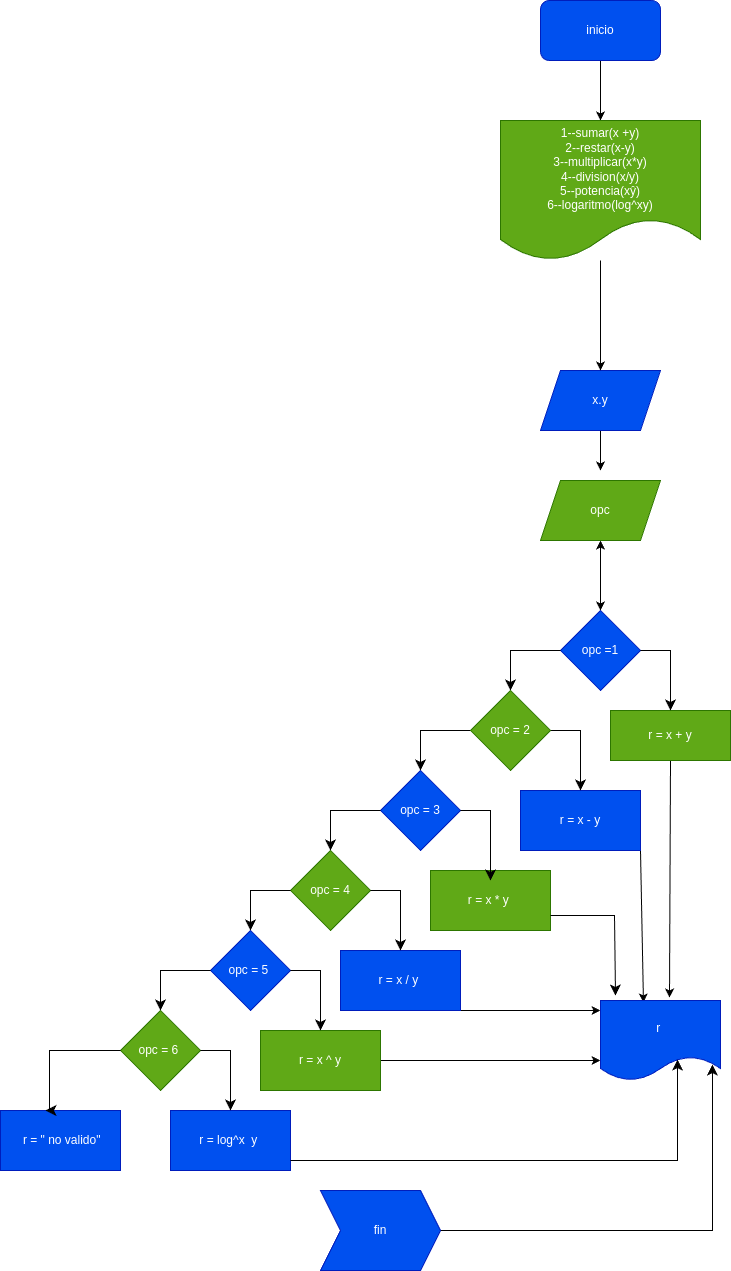
The draw.io diagram diagrama.png in loxi25/minicalculadora, before a commit. Source tidied: cells renumbered, new cells last; positions are measured from the earlier drawing's top-left corner, leaving out a move shared by most shapes. Source of this version:
```xml
<mxGraphModel>
  <root>
    <mxCell id="0" />
    <mxCell id="1" parent="0" />
    <mxCell id="2" style="edgeStyle=none;html=1;" parent="1" edge="1" source="3" target="40">
      <mxGeometry relative="1" as="geometry" />
    </mxCell>
    <mxCell id="3" value="inicio" style="rounded=1;whiteSpace=wrap;html=1;fillColor=#0050ef;fontColor=#ffffff;strokeColor=#001DBC;" parent="1" vertex="1">
      <mxGeometry x="540" width="120" height="60" as="geometry" />
    </mxCell>
    <mxCell id="4" style="edgeStyle=none;html=1;" parent="1" edge="1" source="5">
      <mxGeometry relative="1" as="geometry">
        <mxPoint x="600" y="470" as="targetPoint" />
      </mxGeometry>
    </mxCell>
    <mxCell id="5" value="x.y" style="shape=parallelogram;perimeter=parallelogramPerimeter;whiteSpace=wrap;html=1;fixedSize=1;fillColor=#0050ef;fontColor=#ffffff;strokeColor=#001DBC;" parent="1" vertex="1">
      <mxGeometry x="540" y="370" width="120" height="60" as="geometry" />
    </mxCell>
    <mxCell id="6" value="opc =1" style="rhombus;whiteSpace=wrap;html=1;fillColor=#0050ef;fontColor=#ffffff;strokeColor=#001DBC;" parent="1" vertex="1">
      <mxGeometry x="560" y="610" width="80" height="80" as="geometry" />
    </mxCell>
    <mxCell id="7" style="edgeStyle=segmentEdgeStyle;endArrow=classic;html=1;curved=0;rounded=0;endSize=8;startSize=8;sourcePerimeterSpacing=0;targetPerimeterSpacing=0;exitX=0;exitY=0.5;exitDx=0;exitDy=0;entryX=0.5;entryY=0;entryDx=0;entryDy=0;" parent="1" edge="1" source="6" target="23">
      <mxGeometry relative="1" as="geometry">
        <Array as="points">
          <mxPoint x="510" y="650" />
        </Array>
      </mxGeometry>
    </mxCell>
    <mxCell id="8" value="opc = 3" style="rhombus;whiteSpace=wrap;html=1;fillColor=#0050ef;fontColor=#ffffff;strokeColor=#001DBC;" parent="1" vertex="1">
      <mxGeometry x="380" y="770" width="80" height="80" as="geometry" />
    </mxCell>
    <mxCell id="9" value="opc = 4" style="rhombus;whiteSpace=wrap;html=1;fillColor=#60a917;fontColor=#ffffff;strokeColor=#2D7600;" parent="1" vertex="1">
      <mxGeometry x="290" y="850" width="80" height="80" as="geometry" />
    </mxCell>
    <mxCell id="10" style="edgeStyle=segmentEdgeStyle;endArrow=classic;html=1;curved=0;rounded=0;endSize=8;startSize=8;sourcePerimeterSpacing=0;targetPerimeterSpacing=0;exitX=0;exitY=0.5;exitDx=0;exitDy=0;entryX=0.5;entryY=0;entryDx=0;entryDy=0;" parent="1" edge="1" source="8" target="9">
      <mxGeometry relative="1" as="geometry">
        <Array as="points">
          <mxPoint x="330" y="810" />
        </Array>
      </mxGeometry>
    </mxCell>
    <mxCell id="11" style="edgeStyle=segmentEdgeStyle;endArrow=classic;html=1;curved=0;rounded=0;endSize=8;startSize=8;sourcePerimeterSpacing=0;targetPerimeterSpacing=0;entryX=0.5;entryY=0;entryDx=0;entryDy=0;exitX=0;exitY=0.5;exitDx=0;exitDy=0;" parent="1" edge="1" source="23" target="8">
      <mxGeometry relative="1" as="geometry">
        <Array as="points">
          <mxPoint x="420" y="730" />
        </Array>
      </mxGeometry>
    </mxCell>
    <mxCell id="12" value="opc = 5&amp;nbsp;" style="rhombus;whiteSpace=wrap;html=1;fillColor=#0050ef;fontColor=#ffffff;strokeColor=#001DBC;" parent="1" vertex="1">
      <mxGeometry x="210" y="930" width="80" height="80" as="geometry" />
    </mxCell>
    <mxCell id="13" value="opc = 6&amp;nbsp;" style="rhombus;whiteSpace=wrap;html=1;fillColor=#60a917;fontColor=#ffffff;strokeColor=#2D7600;" parent="1" vertex="1">
      <mxGeometry x="120" y="1010" width="80" height="80" as="geometry" />
    </mxCell>
    <mxCell id="14" style="edgeStyle=segmentEdgeStyle;endArrow=classic;html=1;curved=0;rounded=0;endSize=8;startSize=8;sourcePerimeterSpacing=0;targetPerimeterSpacing=0;exitX=0;exitY=0.5;exitDx=0;exitDy=0;entryX=0.5;entryY=0;entryDx=0;entryDy=0;" parent="1" edge="1" source="12" target="13">
      <mxGeometry relative="1" as="geometry">
        <Array as="points">
          <mxPoint x="160" y="970" />
        </Array>
      </mxGeometry>
    </mxCell>
    <mxCell id="15" style="edgeStyle=segmentEdgeStyle;endArrow=classic;html=1;curved=0;rounded=0;endSize=8;startSize=8;sourcePerimeterSpacing=0;targetPerimeterSpacing=0;entryX=0.5;entryY=0;entryDx=0;entryDy=0;exitX=0;exitY=0.5;exitDx=0;exitDy=0;" parent="1" edge="1" source="9" target="12">
      <mxGeometry relative="1" as="geometry">
        <Array as="points">
          <mxPoint x="250" y="890" />
        </Array>
      </mxGeometry>
    </mxCell>
    <mxCell id="16" style="edgeStyle=none;html=1;exitX=0.5;exitY=1;exitDx=0;exitDy=0;entryX=0.575;entryY=-0.037;entryDx=0;entryDy=0;entryPerimeter=0;" parent="1" edge="1" source="17" target="34">
      <mxGeometry relative="1" as="geometry" />
    </mxCell>
    <mxCell id="17" value="r = x + y" style="whiteSpace=wrap;html=1;fillColor=#60a917;fontColor=#ffffff;strokeColor=#2D7600;" parent="1" vertex="1">
      <mxGeometry x="610" y="710" width="120" height="50" as="geometry" />
    </mxCell>
    <mxCell id="18" style="edgeStyle=segmentEdgeStyle;endArrow=classic;html=1;curved=0;rounded=0;endSize=8;startSize=8;sourcePerimeterSpacing=0;targetPerimeterSpacing=0;" parent="1" edge="1" source="6" target="17">
      <mxGeometry relative="1" as="geometry">
        <Array as="points">
          <mxPoint x="670" y="650" />
        </Array>
      </mxGeometry>
    </mxCell>
    <mxCell id="19" style="edgeStyle=none;html=1;exitX=1;exitY=1;exitDx=0;exitDy=0;entryX=0.358;entryY=0.025;entryDx=0;entryDy=0;entryPerimeter=0;" parent="1" edge="1" source="20" target="34">
      <mxGeometry relative="1" as="geometry" />
    </mxCell>
    <mxCell id="20" value="r = x - y" style="whiteSpace=wrap;html=1;fillColor=#0050ef;fontColor=#ffffff;strokeColor=#001DBC;" parent="1" vertex="1">
      <mxGeometry x="520" y="790" width="120" height="60" as="geometry" />
    </mxCell>
    <mxCell id="21" style="edgeStyle=segmentEdgeStyle;endArrow=classic;html=1;curved=0;rounded=0;endSize=8;startSize=8;targetPerimeterSpacing=0;startArrow=none;entryX=0.5;entryY=0;entryDx=0;entryDy=0;" parent="1" edge="1" source="23" target="20">
      <mxGeometry relative="1" as="geometry">
        <Array as="points">
          <mxPoint x="580" y="730" />
        </Array>
      </mxGeometry>
    </mxCell>
    <mxCell id="22" style="edgeStyle=segmentEdgeStyle;endArrow=none;html=1;curved=0;rounded=0;endSize=8;startSize=8;sourcePerimeterSpacing=0;" parent="1" edge="1" target="23">
      <mxGeometry relative="1" as="geometry">
        <mxPoint x="500" y="740" as="sourcePoint" />
      </mxGeometry>
    </mxCell>
    <mxCell id="23" value="opc = 2" style="rhombus;whiteSpace=wrap;html=1;fillColor=#60a917;fontColor=#ffffff;strokeColor=#2D7600;" parent="1" vertex="1">
      <mxGeometry x="470" y="690" width="80" height="80" as="geometry" />
    </mxCell>
    <mxCell id="24" value="r = x * y&amp;nbsp;" style="whiteSpace=wrap;html=1;fillColor=#60a917;fontColor=#ffffff;strokeColor=#2D7600;" parent="1" vertex="1">
      <mxGeometry x="430" y="870" width="120" height="60" as="geometry" />
    </mxCell>
    <mxCell id="25" style="edgeStyle=none;html=1;exitX=1;exitY=1;exitDx=0;exitDy=0;entryX=0;entryY=0.125;entryDx=0;entryDy=0;entryPerimeter=0;" parent="1" edge="1" source="26" target="34">
      <mxGeometry relative="1" as="geometry" />
    </mxCell>
    <mxCell id="26" value="r = x / y&amp;nbsp;" style="whiteSpace=wrap;html=1;fillColor=#0050ef;fontColor=#ffffff;strokeColor=#001DBC;" parent="1" vertex="1">
      <mxGeometry x="340" y="950" width="120" height="60" as="geometry" />
    </mxCell>
    <mxCell id="27" style="edgeStyle=segmentEdgeStyle;endArrow=classic;html=1;curved=0;rounded=0;endSize=8;startSize=8;targetPerimeterSpacing=0;startArrow=none;entryX=0.5;entryY=0;entryDx=0;entryDy=0;" parent="1" edge="1" target="26">
      <mxGeometry relative="1" as="geometry">
        <mxPoint x="370" y="890" as="sourcePoint" />
        <Array as="points">
          <mxPoint x="400" y="890" />
        </Array>
      </mxGeometry>
    </mxCell>
    <mxCell id="28" style="edgeStyle=segmentEdgeStyle;endArrow=classic;html=1;curved=0;rounded=0;endSize=8;startSize=8;sourcePerimeterSpacing=0;targetPerimeterSpacing=0;entryX=0.5;entryY=0.167;entryDx=0;entryDy=0;entryPerimeter=0;exitX=1;exitY=0.5;exitDx=0;exitDy=0;" parent="1" edge="1" source="8" target="24">
      <mxGeometry relative="1" as="geometry">
        <Array as="points">
          <mxPoint x="490" y="810" />
        </Array>
      </mxGeometry>
    </mxCell>
    <mxCell id="29" style="edgeStyle=none;html=1;exitX=1;exitY=0.5;exitDx=0;exitDy=0;entryX=0;entryY=0.75;entryDx=0;entryDy=0;" parent="1" edge="1" source="30" target="34">
      <mxGeometry relative="1" as="geometry" />
    </mxCell>
    <mxCell id="30" value="r = x ^ y" style="whiteSpace=wrap;html=1;fillColor=#60a917;fontColor=#ffffff;strokeColor=#2D7600;" parent="1" vertex="1">
      <mxGeometry x="260" y="1030" width="120" height="60" as="geometry" />
    </mxCell>
    <mxCell id="31" value="r = log^x&amp;nbsp; y&amp;nbsp;" style="whiteSpace=wrap;html=1;fillColor=#0050ef;fontColor=#ffffff;strokeColor=#001DBC;" parent="1" vertex="1">
      <mxGeometry x="170" y="1110" width="120" height="60" as="geometry" />
    </mxCell>
    <mxCell id="32" style="edgeStyle=segmentEdgeStyle;endArrow=classic;html=1;curved=0;rounded=0;endSize=8;startSize=8;targetPerimeterSpacing=0;startArrow=none;entryX=0.5;entryY=0;entryDx=0;entryDy=0;" parent="1" edge="1" target="31">
      <mxGeometry relative="1" as="geometry">
        <mxPoint x="200" y="1050" as="sourcePoint" />
        <Array as="points">
          <mxPoint x="230" y="1050" />
        </Array>
      </mxGeometry>
    </mxCell>
    <mxCell id="33" style="edgeStyle=segmentEdgeStyle;endArrow=classic;html=1;curved=0;rounded=0;endSize=8;startSize=8;sourcePerimeterSpacing=0;targetPerimeterSpacing=0;exitX=1;exitY=0.5;exitDx=0;exitDy=0;entryX=0.5;entryY=0;entryDx=0;entryDy=0;" parent="1" edge="1" source="12" target="30">
      <mxGeometry relative="1" as="geometry">
        <Array as="points">
          <mxPoint x="320" y="970" />
        </Array>
      </mxGeometry>
    </mxCell>
    <mxCell id="34" value="r&amp;nbsp;" style="shape=document;whiteSpace=wrap;html=1;boundedLbl=1;fillColor=#0050ef;fontColor=#ffffff;strokeColor=#001DBC;" parent="1" vertex="1">
      <mxGeometry x="600" y="1000" width="120" height="80" as="geometry" />
    </mxCell>
    <mxCell id="35" style="edgeStyle=segmentEdgeStyle;endArrow=classic;html=1;curved=0;rounded=0;endSize=8;startSize=8;sourcePerimeterSpacing=0;targetPerimeterSpacing=0;entryX=0.642;entryY=0.738;entryDx=0;entryDy=0;entryPerimeter=0;" parent="1" edge="1" source="31" target="34">
      <mxGeometry relative="1" as="geometry">
        <Array as="points">
          <mxPoint x="677" y="1160" />
        </Array>
      </mxGeometry>
    </mxCell>
    <mxCell id="36" style="edgeStyle=segmentEdgeStyle;endArrow=classic;html=1;curved=0;rounded=0;endSize=8;startSize=8;sourcePerimeterSpacing=0;targetPerimeterSpacing=0;exitX=1;exitY=0.75;exitDx=0;exitDy=0;entryX=0.125;entryY=-0.062;entryDx=0;entryDy=0;entryPerimeter=0;" parent="1" edge="1" source="24" target="34">
      <mxGeometry relative="1" as="geometry">
        <Array as="points">
          <mxPoint x="614" y="915" />
        </Array>
      </mxGeometry>
    </mxCell>
    <mxCell id="37" style="edgeStyle=segmentEdgeStyle;endArrow=classic;html=1;curved=0;rounded=0;endSize=8;startSize=8;sourcePerimeterSpacing=0;targetPerimeterSpacing=0;exitX=1;exitY=0.5;exitDx=0;exitDy=0;entryX=0.933;entryY=0.8;entryDx=0;entryDy=0;entryPerimeter=0;" parent="1" edge="1" source="38" target="34">
      <mxGeometry relative="1" as="geometry">
        <Array as="points">
          <mxPoint x="712" y="1230" />
        </Array>
      </mxGeometry>
    </mxCell>
    <mxCell id="38" value="fin" style="shape=step;perimeter=stepPerimeter;whiteSpace=wrap;html=1;fixedSize=1;fillColor=#0050ef;fontColor=#ffffff;strokeColor=#001DBC;" parent="1" vertex="1">
      <mxGeometry x="320" y="1190" width="120" height="80" as="geometry" />
    </mxCell>
    <mxCell id="39" style="edgeStyle=none;html=1;" parent="1" edge="1" source="40" target="5">
      <mxGeometry relative="1" as="geometry" />
    </mxCell>
    <mxCell id="40" value="1--sumar(x +y)&lt;br&gt;2--restar(x-y)&lt;br&gt;3--multiplicar(x*y)&lt;br&gt;4--division(x/y)&lt;br&gt;5--potencia(xŷ)&lt;br&gt;6--logaritmo(log^xy)" style="shape=document;whiteSpace=wrap;html=1;boundedLbl=1;fillColor=#60a917;fontColor=#ffffff;strokeColor=#2D7600;" parent="1" vertex="1">
      <mxGeometry x="500" y="120" width="200" height="140" as="geometry" />
    </mxCell>
    <mxCell id="41" style="edgeStyle=none;html=1;exitX=0.5;exitY=1;exitDx=0;exitDy=0;" parent="1" edge="1">
      <mxGeometry relative="1" as="geometry">
        <mxPoint x="600" y="550" as="sourcePoint" />
        <mxPoint x="600" y="540" as="targetPoint" />
      </mxGeometry>
    </mxCell>
    <mxCell id="42" style="edgeStyle=none;html=1;" parent="1" edge="1" target="6">
      <mxGeometry relative="1" as="geometry">
        <mxPoint x="600" y="550" as="sourcePoint" />
      </mxGeometry>
    </mxCell>
    <mxCell id="43" value="opc" style="shape=parallelogram;perimeter=parallelogramPerimeter;whiteSpace=wrap;html=1;fixedSize=1;fillColor=#60a917;fontColor=#ffffff;strokeColor=#2D7600;" parent="1" vertex="1">
      <mxGeometry x="540" y="480" width="120" height="60" as="geometry" />
    </mxCell>
    <mxCell id="44" value="&amp;nbsp;r = &quot; no valido&quot;" style="whiteSpace=wrap;html=1;fillColor=#0050ef;fontColor=#ffffff;strokeColor=#001DBC;" parent="1" vertex="1">
      <mxGeometry y="1110" width="120" height="60" as="geometry" />
    </mxCell>
    <mxCell id="45" style="edgeStyle=segmentEdgeStyle;endArrow=classic;html=1;curved=0;rounded=0;endSize=8;startSize=8;sourcePerimeterSpacing=0;targetPerimeterSpacing=0;entryX=0.375;entryY=0;entryDx=0;entryDy=0;entryPerimeter=0;exitX=0;exitY=0.5;exitDx=0;exitDy=0;" parent="1" edge="1" source="13" target="44">
      <mxGeometry relative="1" as="geometry">
        <Array as="points">
          <mxPoint x="49" y="1050" />
          <mxPoint x="49" y="1110" />
        </Array>
      </mxGeometry>
    </mxCell>
  </root>
</mxGraphModel>
```
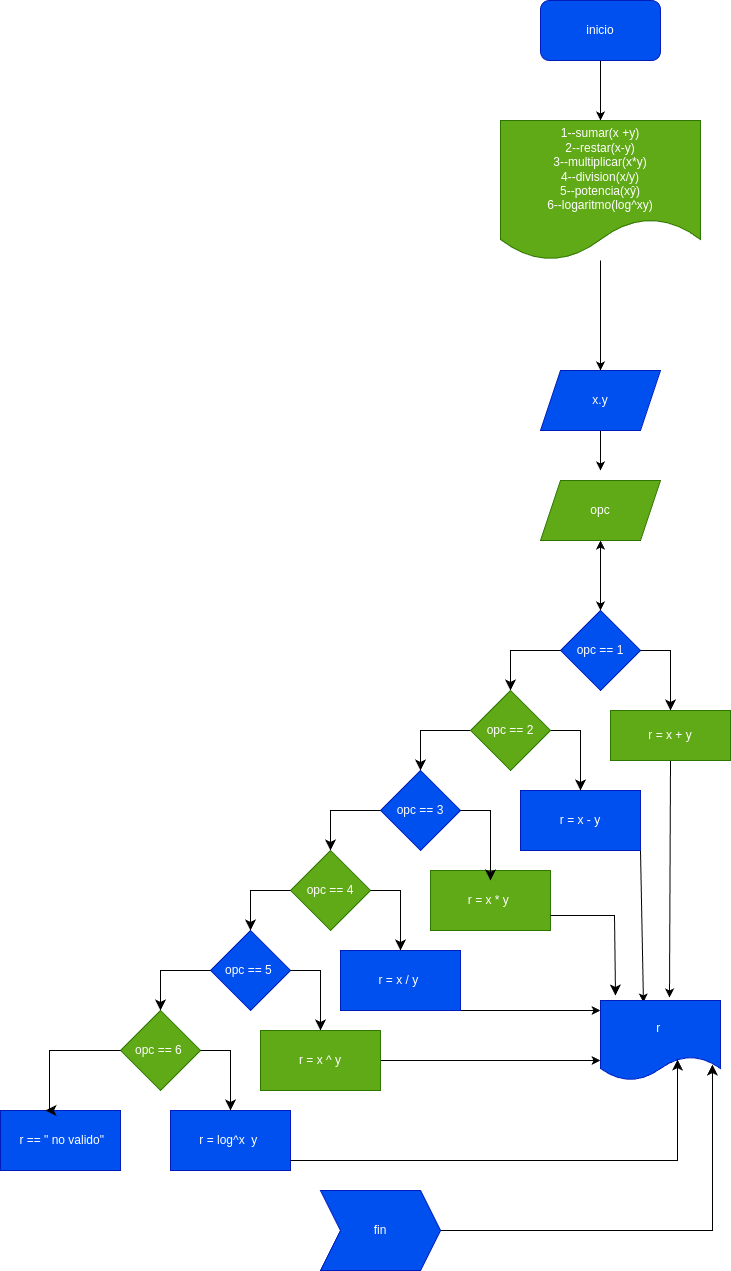
The same diagram one commit later.

Diff of the diagram source:
```diff
@@ -16,7 +16,7 @@
     <mxCell id="5" value="x.y" style="shape=parallelogram;perimeter=parallelogramPerimeter;whiteSpace=wrap;html=1;fixedSize=1;fillColor=#0050ef;fontColor=#ffffff;strokeColor=#001DBC;" parent="1" vertex="1">
       <mxGeometry x="540" y="370" width="120" height="60" as="geometry" />
     </mxCell>
-    <mxCell id="6" value="opc =1" style="rhombus;whiteSpace=wrap;html=1;fillColor=#0050ef;fontColor=#ffffff;strokeColor=#001DBC;" parent="1" vertex="1">
+    <mxCell id="6" value="opc == 1" style="rhombus;whiteSpace=wrap;html=1;fillColor=#0050ef;fontColor=#ffffff;strokeColor=#001DBC;" parent="1" vertex="1">
       <mxGeometry x="560" y="610" width="80" height="80" as="geometry" />
     </mxCell>
     <mxCell id="7" style="edgeStyle=segmentEdgeStyle;endArrow=classic;html=1;curved=0;rounded=0;endSize=8;startSize=8;sourcePerimeterSpacing=0;targetPerimeterSpacing=0;exitX=0;exitY=0.5;exitDx=0;exitDy=0;entryX=0.5;entryY=0;entryDx=0;entryDy=0;" parent="1" edge="1" source="6" target="23">
@@ -26,10 +26,10 @@
         </Array>
       </mxGeometry>
     </mxCell>
-    <mxCell id="8" value="opc = 3" style="rhombus;whiteSpace=wrap;html=1;fillColor=#0050ef;fontColor=#ffffff;strokeColor=#001DBC;" parent="1" vertex="1">
+    <mxCell id="8" value="opc == 3" style="rhombus;whiteSpace=wrap;html=1;fillColor=#0050ef;fontColor=#ffffff;strokeColor=#001DBC;" parent="1" vertex="1">
       <mxGeometry x="380" y="770" width="80" height="80" as="geometry" />
     </mxCell>
-    <mxCell id="9" value="opc = 4" style="rhombus;whiteSpace=wrap;html=1;fillColor=#60a917;fontColor=#ffffff;strokeColor=#2D7600;" parent="1" vertex="1">
+    <mxCell id="9" value="opc == 4" style="rhombus;whiteSpace=wrap;html=1;fillColor=#60a917;fontColor=#ffffff;strokeColor=#2D7600;" parent="1" vertex="1">
       <mxGeometry x="290" y="850" width="80" height="80" as="geometry" />
     </mxCell>
     <mxCell id="10" style="edgeStyle=segmentEdgeStyle;endArrow=classic;html=1;curved=0;rounded=0;endSize=8;startSize=8;sourcePerimeterSpacing=0;targetPerimeterSpacing=0;exitX=0;exitY=0.5;exitDx=0;exitDy=0;entryX=0.5;entryY=0;entryDx=0;entryDy=0;" parent="1" edge="1" source="8" target="9">
@@ -46,10 +46,10 @@
         </Array>
       </mxGeometry>
     </mxCell>
-    <mxCell id="12" value="opc = 5&amp;nbsp;" style="rhombus;whiteSpace=wrap;html=1;fillColor=#0050ef;fontColor=#ffffff;strokeColor=#001DBC;" parent="1" vertex="1">
+    <mxCell id="12" value="opc == 5&amp;nbsp;" style="rhombus;whiteSpace=wrap;html=1;fillColor=#0050ef;fontColor=#ffffff;strokeColor=#001DBC;" parent="1" vertex="1">
       <mxGeometry x="210" y="930" width="80" height="80" as="geometry" />
     </mxCell>
-    <mxCell id="13" value="opc = 6&amp;nbsp;" style="rhombus;whiteSpace=wrap;html=1;fillColor=#60a917;fontColor=#ffffff;strokeColor=#2D7600;" parent="1" vertex="1">
+    <mxCell id="13" value="opc == 6&amp;nbsp;" style="rhombus;whiteSpace=wrap;html=1;fillColor=#60a917;fontColor=#ffffff;strokeColor=#2D7600;" parent="1" vertex="1">
       <mxGeometry x="120" y="1010" width="80" height="80" as="geometry" />
     </mxCell>
     <mxCell id="14" style="edgeStyle=segmentEdgeStyle;endArrow=classic;html=1;curved=0;rounded=0;endSize=8;startSize=8;sourcePerimeterSpacing=0;targetPerimeterSpacing=0;exitX=0;exitY=0.5;exitDx=0;exitDy=0;entryX=0.5;entryY=0;entryDx=0;entryDy=0;" parent="1" edge="1" source="12" target="13">
@@ -97,7 +97,7 @@
         <mxPoint x="500" y="740" as="sourcePoint" />
       </mxGeometry>
     </mxCell>
-    <mxCell id="23" value="opc = 2" style="rhombus;whiteSpace=wrap;html=1;fillColor=#60a917;fontColor=#ffffff;strokeColor=#2D7600;" parent="1" vertex="1">
+    <mxCell id="23" value="opc == 2" style="rhombus;whiteSpace=wrap;html=1;fillColor=#60a917;fontColor=#ffffff;strokeColor=#2D7600;" parent="1" vertex="1">
       <mxGeometry x="470" y="690" width="80" height="80" as="geometry" />
     </mxCell>
     <mxCell id="24" value="r = x * y&amp;nbsp;" style="whiteSpace=wrap;html=1;fillColor=#60a917;fontColor=#ffffff;strokeColor=#2D7600;" parent="1" vertex="1">
@@ -195,7 +195,7 @@
     <mxCell id="43" value="opc" style="shape=parallelogram;perimeter=parallelogramPerimeter;whiteSpace=wrap;html=1;fixedSize=1;fillColor=#60a917;fontColor=#ffffff;strokeColor=#2D7600;" parent="1" vertex="1">
       <mxGeometry x="540" y="480" width="120" height="60" as="geometry" />
     </mxCell>
-    <mxCell id="44" value="&amp;nbsp;r = &quot; no valido&quot;" style="whiteSpace=wrap;html=1;fillColor=#0050ef;fontColor=#ffffff;strokeColor=#001DBC;" parent="1" vertex="1">
+    <mxCell id="44" value="&amp;nbsp;r == &quot; no valido&quot;" style="whiteSpace=wrap;html=1;fillColor=#0050ef;fontColor=#ffffff;strokeColor=#001DBC;" parent="1" vertex="1">
       <mxGeometry y="1110" width="120" height="60" as="geometry" />
     </mxCell>
     <mxCell id="45" style="edgeStyle=segmentEdgeStyle;endArrow=classic;html=1;curved=0;rounded=0;endSize=8;startSize=8;sourcePerimeterSpacing=0;targetPerimeterSpacing=0;entryX=0.375;entryY=0;entryDx=0;entryDy=0;entryPerimeter=0;exitX=0;exitY=0.5;exitDx=0;exitDy=0;" parent="1" edge="1" source="13" target="44">
```
